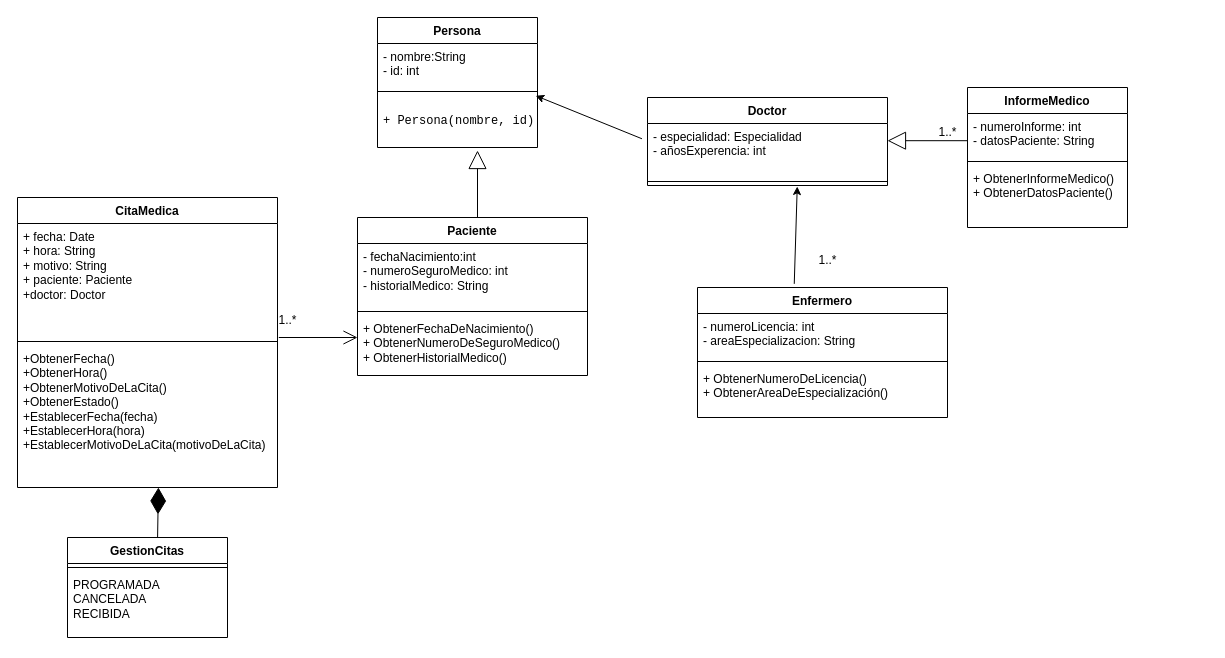
Nikooll/ACD keeps this draw.io diagram as ACD.drawio. Above is the earlier version. Source tidied: cells renumbered, new cells numbered last; positions are measured from the earlier drawing's top-left corner, leaving out a move shared by most shapes. Both pictures are drawn from the tidied source at 100%, with x=0, y=0 at pixel (17, 17).
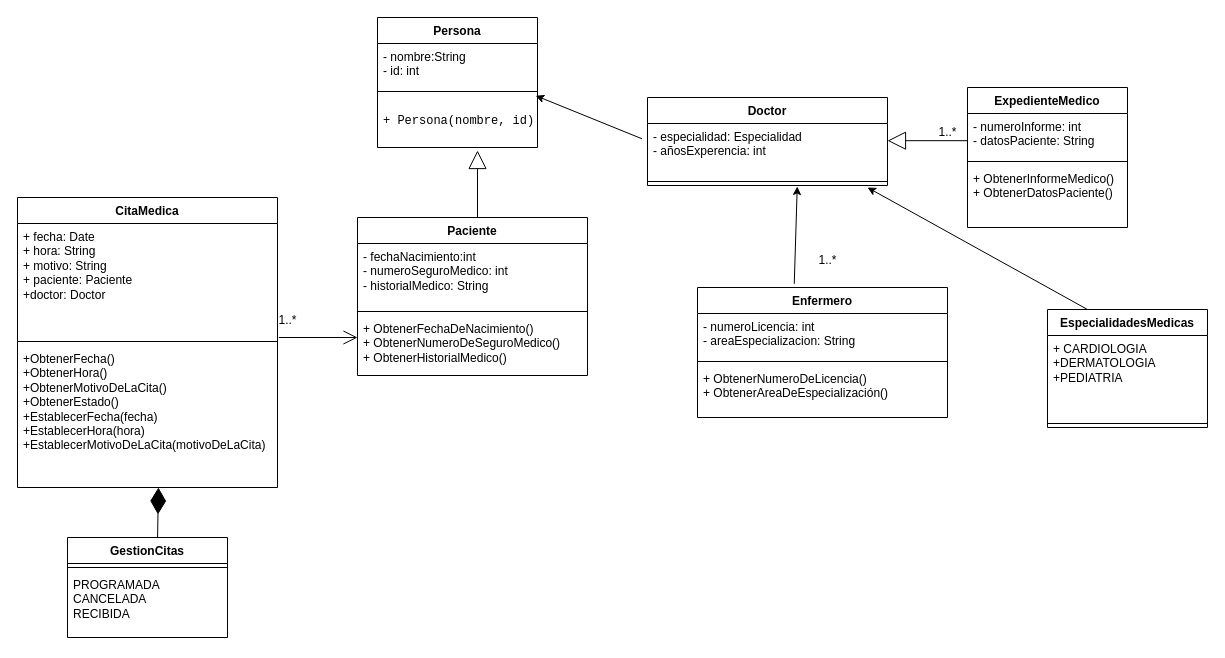
The same page after the edit.

The edit, as a diff of the source:
```diff
@@
-    <mxCell id="23" value="InformeMedico" style="swimlane;fontStyle=1;align=center;verticalAlign=top;horizontal=1;startSize=26;whiteSpace=wrap;html=1;" parent="1" vertex="1">
+    <mxCell id="23" value="ExpedienteMedico" style="swimlane;fontStyle=1;align=center;verticalAlign=top;horizontal=1;startSize=26;whiteSpace=wrap;html=1;" parent="1" vertex="1">
       <mxGeometry x="950" y="70" width="160" height="140" as="geometry" />
     </mxCell>
@@
+    <mxCell id="37" value="EspecialidadesMedicas" style="swimlane;fontStyle=1;align=center;verticalAlign=top;horizontal=1;startSize=26;whiteSpace=wrap;html=1;" parent="1" vertex="1">
+      <mxGeometry x="1030" y="292" width="160" height="118" as="geometry" />
+    </mxCell>
+    <mxCell id="38" value="&lt;div&gt;+ CARDIOLOGIA&lt;/div&gt;&lt;div&gt;+DERMATOLOGIA&lt;/div&gt;&lt;div&gt;+PEDIATRIA&lt;br&gt;&lt;/div&gt;" style="text;strokeColor=none;fillColor=none;align=left;verticalAlign=top;spacingLeft=4;spacingRight=4;overflow=hidden;whiteSpace=wrap;html=1;" parent="37" vertex="1">
+      <mxGeometry y="26" width="160" height="84" as="geometry" />
+    </mxCell>
+    <mxCell id="39" style="line;strokeWidth=1;fillColor=none;align=left;verticalAlign=middle;spacingTop=-1;spacingLeft=3;spacingRight=3;labelPosition=right;strokeColor=inherit;" parent="37" vertex="1">
+      <mxGeometry y="110" width="160" height="8" as="geometry" />
+    </mxCell>
+    <mxCell id="40" style="endArrow=classic;html=1;rounded=0;exitX=0.25;exitY=0;exitDx=0;exitDy=0;" parent="1" edge="1" source="37">
+      <mxGeometry relative="1" as="geometry">
+        <mxPoint x="850" y="170" as="targetPoint" />
+      </mxGeometry>
+    </mxCell>
```
